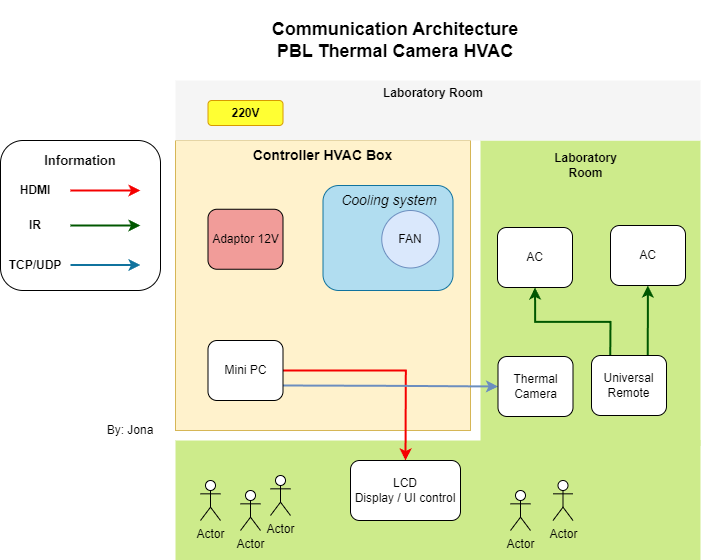
robotjaol/thermal_cam_HVAC keeps this draw.io diagram as doc/img/communication_architecture.png. Above is the earlier version. Source tidied: cells renumbered, new cells last; positions are measured from the earlier drawing's top-left corner, leaving out a move shared by most shapes.
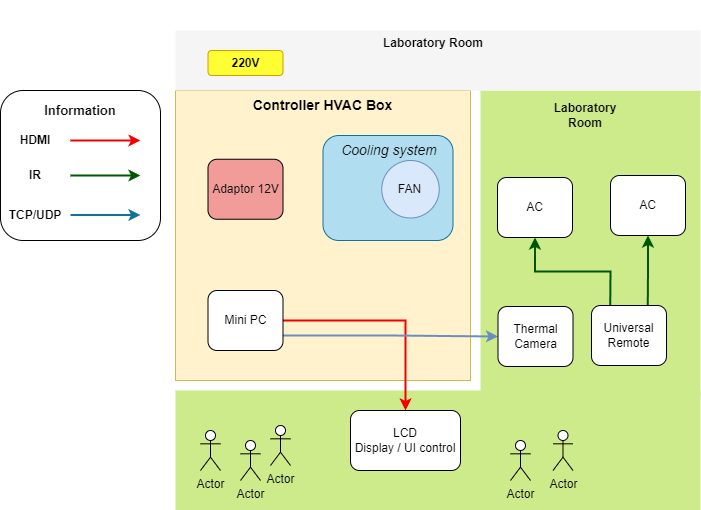
The same file after the commit.

Change to the diagram source:
```diff
@@ -92,9 +92,6 @@
     <mxCell id="28" value="Actor" style="shape=umlActor;verticalLabelPosition=bottom;verticalAlign=top;html=1;" parent="3" vertex="1">
       <mxGeometry x="552.5" y="340" width="20" height="40" as="geometry" />
     </mxCell>
-    <mxCell id="29" value="By: Jona" style="text;html=1;align=center;verticalAlign=middle;whiteSpace=wrap;rounded=0;" parent="3" vertex="1">
-      <mxGeometry x="100" y="275" width="60" height="30" as="geometry" />
-    </mxCell>
     <mxCell id="30" value="AC" style="rounded=1;whiteSpace=wrap;html=1;" parent="3" vertex="1">
       <mxGeometry x="610" y="85" width="75" height="60" as="geometry" />
     </mxCell>
@@ -125,8 +122,5 @@
     <mxCell id="39" value="&lt;b&gt;Laboratory Room&lt;/b&gt;" style="text;html=1;align=center;verticalAlign=middle;whiteSpace=wrap;rounded=0;" parent="2" vertex="1">
       <mxGeometry x="365.6" y="30" width="133.8" height="26" as="geometry" />
     </mxCell>
-    <mxCell id="40" value="&lt;div&gt;&lt;span style=&quot;font-size: 18px;&quot;&gt;&lt;b&gt;Communication Architecture&lt;/b&gt;&lt;/span&gt;&lt;/div&gt;&lt;b&gt;&lt;font style=&quot;font-size: 18px;&quot;&gt;PBL Thermal Camera HVAC&lt;/font&gt;&lt;/b&gt;" style="text;html=1;align=center;verticalAlign=middle;whiteSpace=wrap;rounded=0;" parent="1" vertex="1">
-      <mxGeometry x="270" width="250" height="80" as="geometry" />
-    </mxCell>
   </root>
 </mxGraphModel>
```
